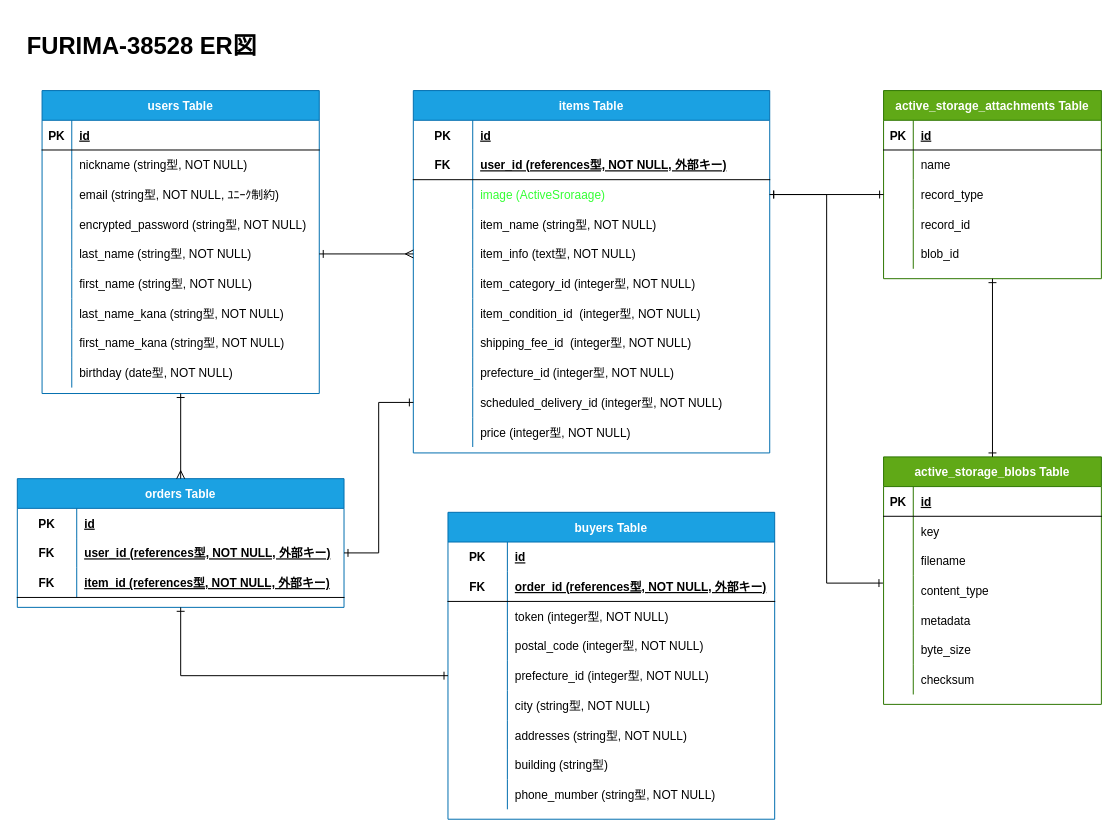
Earlier version of the draw.io diagram furima-38528-ER.dio (kumapachi/furima-38528). Source tidied: cells renumbered, new cells numbered last; positions are measured from the earlier drawing's top-left corner, leaving out a move shared by most shapes. Both pictures are drawn from the tidied source at 99%, with x=0, y=0 at pixel (17, 27).
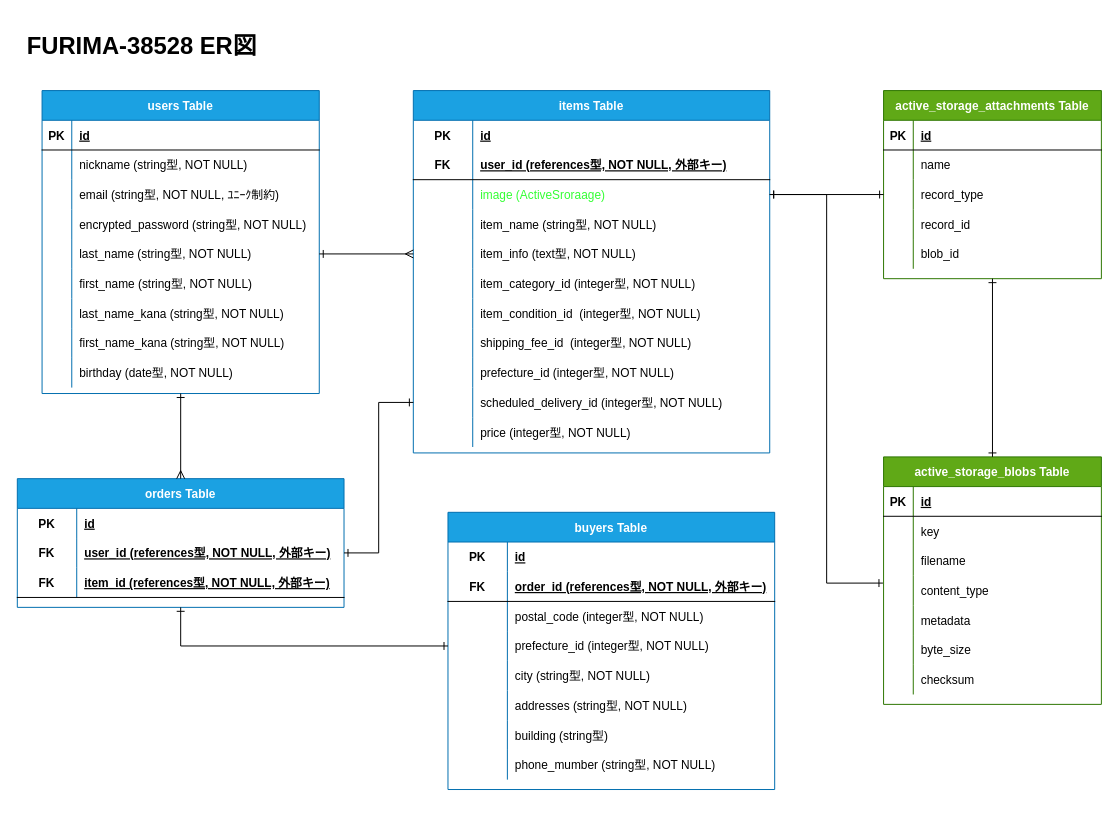
Above is the later version.

Commit message:
プルリクエスト #13のレビュー内容修正#3 ER図編集

Diff of the diagram source:
```diff
@@
-<mxGraphModel background="#ffffff">
+<mxGraphModel>
@@
     <mxCell id="74" value="buyers Table" style="shape=table;startSize=30;childLayout=tableLayout;rowLines=0;fontStyle=1;align=center;fillColor=#1ba1e2;fontColor=#ffffff;strokeColor=#006EAF;" parent="1" vertex="1">
-      <mxGeometry x="435" y="490" width="330" height="310" as="geometry" />
+      <mxGeometry x="435" y="490" width="330" height="280" as="geometry" />
     </mxCell>
@@
-    <mxCell id="81" style="shape=partialRectangle;fillColor=none;top=0;left=0;bottom=0;right=0;" parent="74" vertex="1">
-      <mxGeometry y="90" width="330" height="30" as="geometry" />
-    </mxCell>
-    <mxCell id="82" style="shape=partialRectangle;fillColor=none;top=0;left=0;bottom=0;right=0;overflow=hidden;" parent="81" vertex="1">
-      <mxGeometry width="60" height="30" as="geometry" />
-    </mxCell>
-    <mxCell id="83" value="token (integer型, NOT NULL)" style="shape=partialRectangle;fillColor=none;top=0;left=0;bottom=0;right=0;align=left;spacingLeft=6;overflow=hidden;" parent="81" vertex="1">
-      <mxGeometry x="60" width="270" height="30" as="geometry" />
-    </mxCell>
     <mxCell id="84" style="shape=partialRectangle;fillColor=none;top=0;left=0;bottom=0;right=0;" parent="74" vertex="1">
-      <mxGeometry y="120" width="330" height="30" as="geometry" />
+      <mxGeometry y="90" width="330" height="30" as="geometry" />
     </mxCell>
@@
     <mxCell id="87" style="shape=partialRectangle;fillColor=none;top=0;left=0;bottom=0;right=0;points=[[0,0.5],[1,0.5]];portConstraint=eastwest;" parent="74" vertex="1">
-      <mxGeometry y="150" width="330" height="30" as="geometry" />
+      <mxGeometry y="120" width="330" height="30" as="geometry" />
     </mxCell>
@@
     <mxCell id="90" style="shape=partialRectangle;fillColor=none;top=0;left=0;bottom=0;right=0;" parent="74" vertex="1">
-      <mxGeometry y="180" width="330" height="30" as="geometry" />
+      <mxGeometry y="150" width="330" height="30" as="geometry" />
     </mxCell>
@@
     <mxCell id="93" style="shape=partialRectangle;fillColor=none;top=0;left=0;bottom=0;right=0;" parent="74" vertex="1">
-      <mxGeometry y="210" width="330" height="30" as="geometry" />
+      <mxGeometry y="180" width="330" height="30" as="geometry" />
     </mxCell>
@@
     <mxCell id="96" style="shape=partialRectangle;fillColor=none;top=0;left=0;bottom=0;right=0;" parent="74" vertex="1">
-      <mxGeometry y="240" width="330" height="30" as="geometry" />
+      <mxGeometry y="210" width="330" height="30" as="geometry" />
     </mxCell>
@@
     <mxCell id="99" style="shape=partialRectangle;fillColor=none;top=0;left=0;bottom=0;right=0;" parent="74" vertex="1">
-      <mxGeometry y="270" width="330" height="30" as="geometry" />
+      <mxGeometry y="240" width="330" height="30" as="geometry" />
     </mxCell>
```
